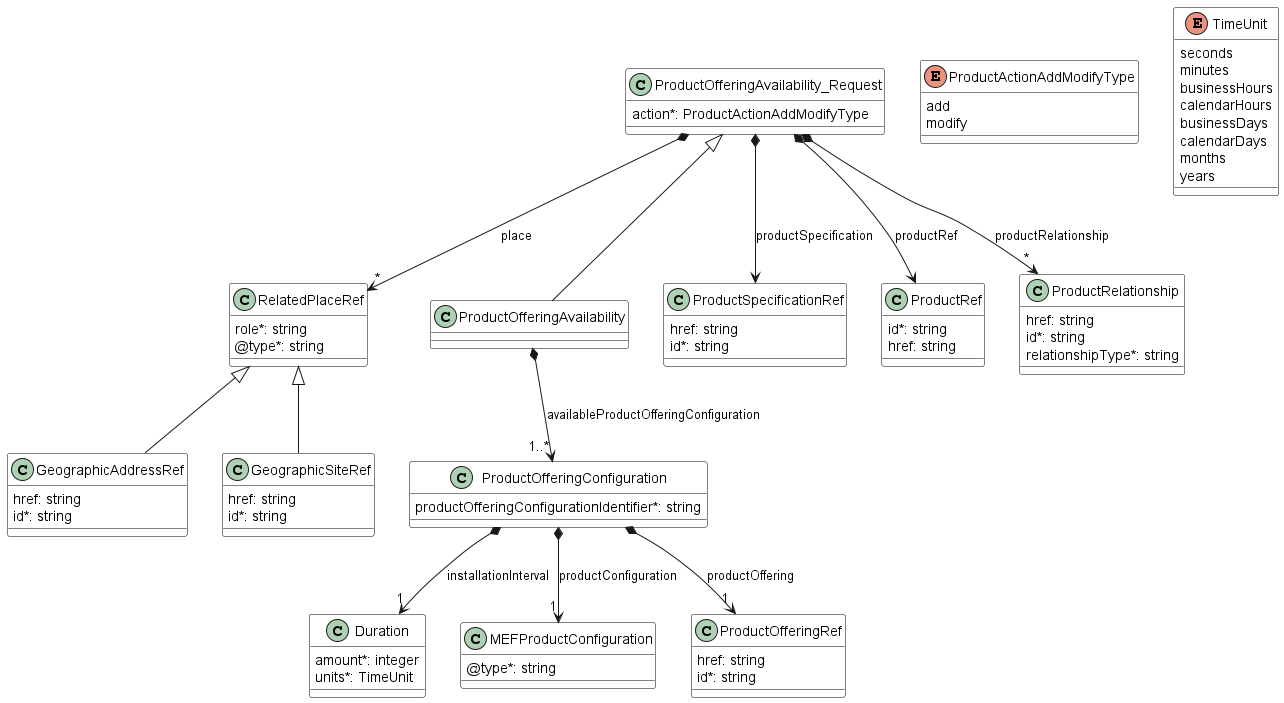
Earlier version of the PlantUML export documentation/productApi/availabilityAndPricingDiscovery/media/uc1model.png (MEF-GIT/MEF-LSO-Sonata-SDK).
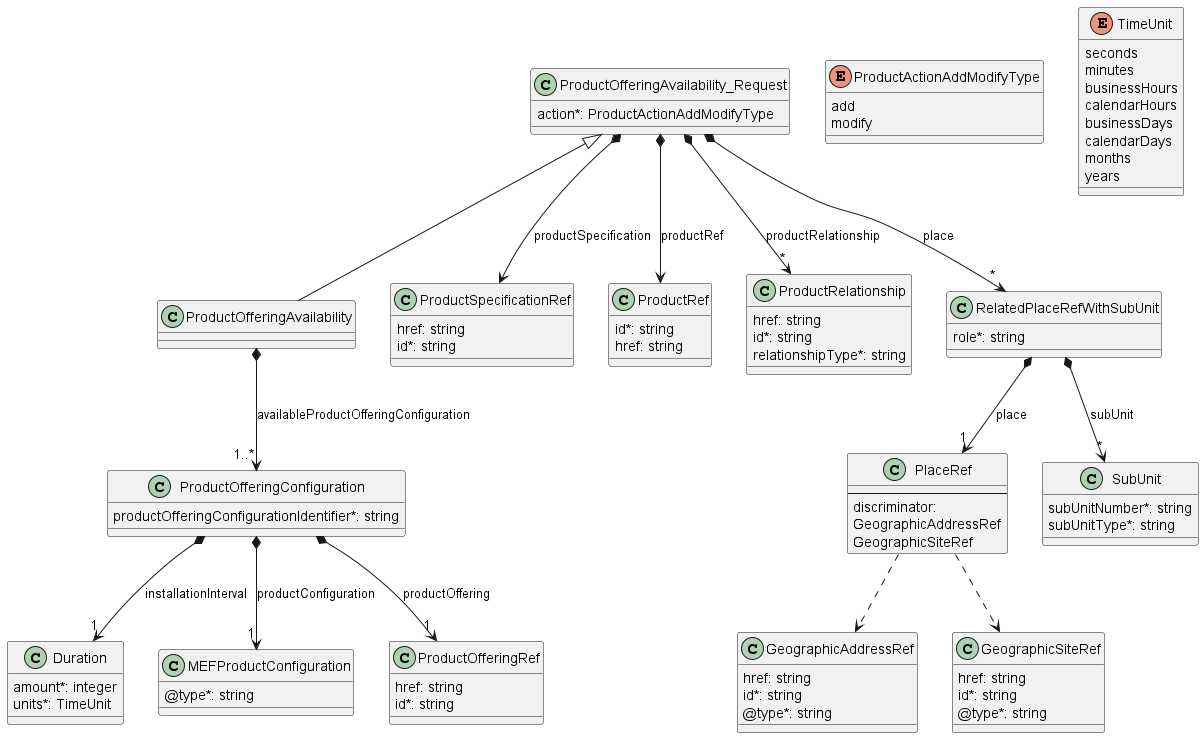
After the change.

The edit, as a diff of the source:
```diff
@@ -1,31 +1,10 @@
 @startuml
-skinparam {
-    ClassBackgroundColor White
-    ClassBorderColor Black
-}
 
 class Duration {
 
     amount*: integer
     units*: TimeUnit
 }
-
-
-
-class GeographicAddressRef {
-
-    href: string
-    id*: string
-}
-RelatedPlaceRef <|-- GeographicAddressRef
-
-class GeographicSiteRef {
-
-    href: string
-    id*: string
-}
-RelatedPlaceRef <|-- GeographicSiteRef
-
 
 
 class MEFProductConfiguration {
@@ -56,7 +35,7 @@
 ProductOfferingAvailability_Request *--> ProductSpecificationRef : productSpecification
 ProductOfferingAvailability_Request *--> ProductRef : productRef
 ProductOfferingAvailability_Request *-->"*" ProductRelationship : productRelationship
-ProductOfferingAvailability_Request *-->"*" RelatedPlaceRef : place
+ProductOfferingAvailability_Request *-->"*" RelatedPlaceRefWithSubUnit : place
 
 
 class ProductOfferingConfiguration {
@@ -102,14 +81,6 @@
 
 
 
-class RelatedPlaceRef {
-
-    role*: string
-    @type*: string
-}
-
-
-
 enum TimeUnit {
 
     seconds
@@ -121,4 +92,49 @@
     months
     years
 }
+
+
+class GeographicAddressRef {
+
+    href: string
+    id*: string
+    @type*: string
+}
+
+
+
+
+class GeographicSiteRef {
+
+    href: string
+    id*: string
+    @type*: string
+}
+
+
+
+class RelatedPlaceRefWithSubUnit {
+
+    role*: string
+}
+
+RelatedPlaceRefWithSubUnit *-->"1" PlaceRef : place
+RelatedPlaceRefWithSubUnit *-->"*" SubUnit : subUnit
+
+
+class SubUnit {
+
+    subUnitNumber*: string
+    subUnitType*: string
+}
+
+
+class PlaceRef {
+    --
+    discriminator:
+    GeographicAddressRef
+    GeographicSiteRef
+}
+PlaceRef ..> GeographicAddressRef : """"
+PlaceRef ..> GeographicSiteRef : """"
 @enduml
```
